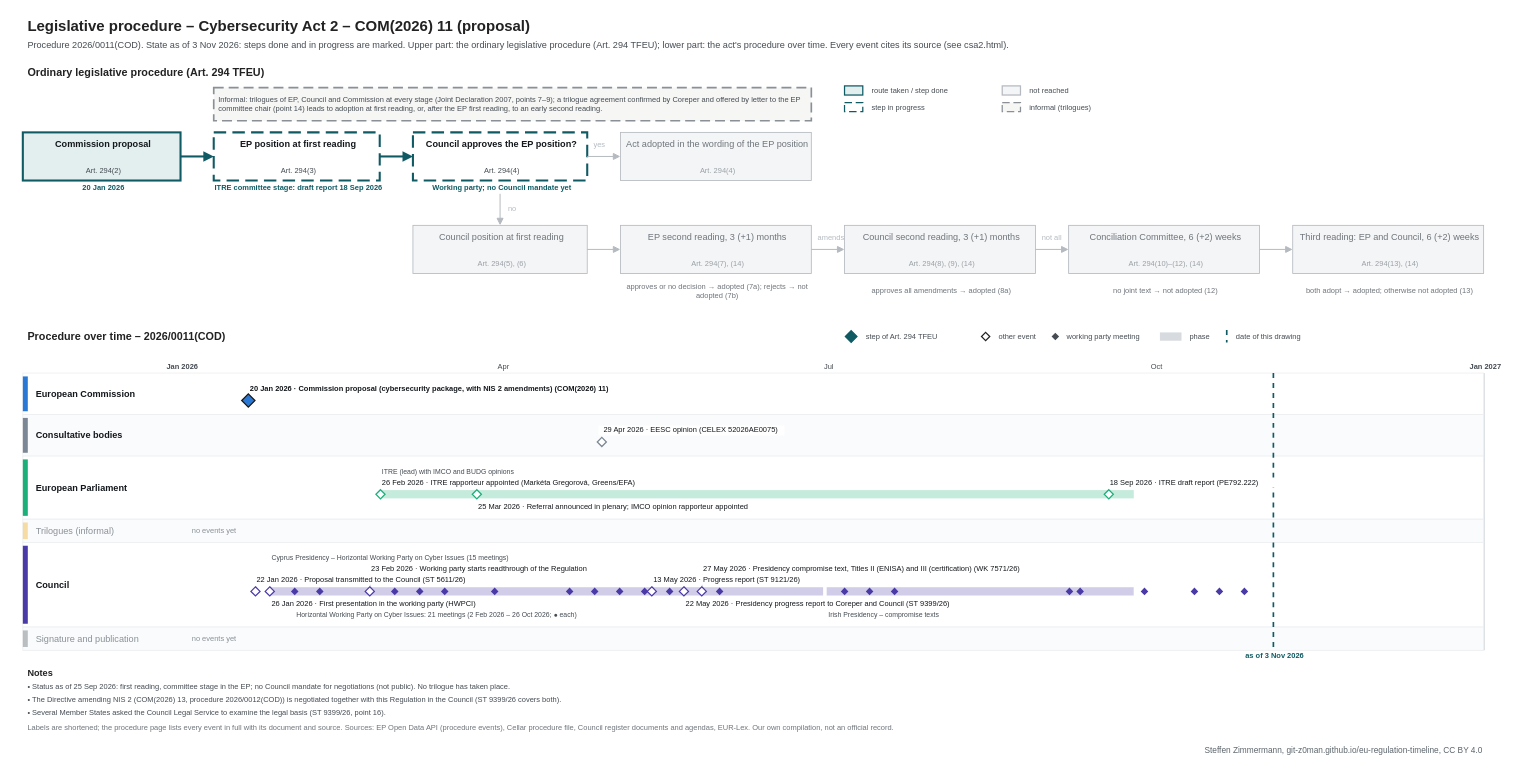
This is procedures/csa2.drawio from git-z0man/eu-regulation-timeline, a draw.io file, before an edit. Source tidied: cells renumbered, new cells numbered last; positions are measured from the earlier drawing's top-left corner, leaving out a move shared by most shapes. Both pictures are drawn from the tidied source at 83%, with x=0, y=0 at pixel (14, 14).
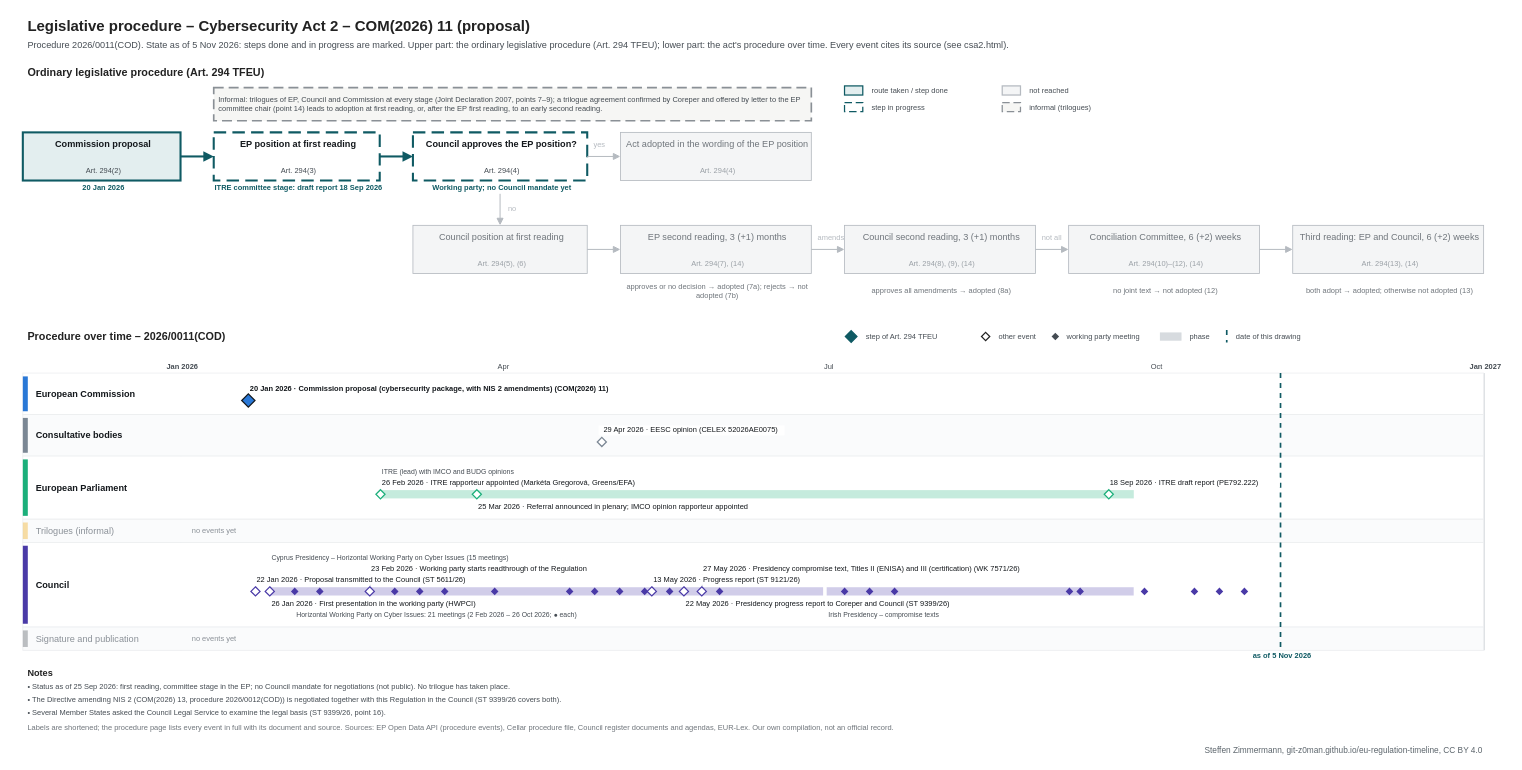
The same diagram, later.

The edit, as a diff of the source:
```diff
@@
-    <mxCell id="3" value="Procedure 2026/0011(COD). State as of 3 Nov 2026: steps done and in progress are marked. Upper part: the ordinary legislative procedure (Art. 294 TFEU); lower part: the act's procedure over time. Every event cites its source (see csa2.html)." style="text;html=1;fontSize=11;fontColor=#454c53;align=left;verticalAlign=middle;spacingLeft=4;" parent="1" vertex="1">
+    <mxCell id="3" value="Procedure 2026/0011(COD). State as of 5 Nov 2026: steps done and in progress are marked. Upper part: the ordinary legislative procedure (Art. 294 TFEU); lower part: the act's procedure over time. Every event cites its source (see csa2.html)." style="text;html=1;fontSize=11;fontColor=#454c53;align=left;verticalAlign=middle;spacingLeft=4;" parent="1" vertex="1">
       <mxGeometry x="10" y="28" width="1700" height="18" as="geometry" />
     </mxCell>
@@
     <mxCell id="110" style="line;html=1;strokeWidth=2;strokeColor=#0f5a63;direction=south;dashed=1;" parent="1" vertex="1">
-      <mxGeometry x="1516.2" y="432" width="1" height="334" as="geometry" />
+      <mxGeometry x="1524.8" y="432" width="1" height="334" as="geometry" />
     </mxCell>
-    <mxCell id="111" value="as of 3 Nov 2026" style="text;html=1;fontSize=9;fontColor=#0f5a63;align=center;verticalAlign=middle;spacingLeft=4;fontStyle=1;" parent="1" vertex="1">
-      <mxGeometry x="1456.2" y="767" width="120" height="12" as="geometry" />
+    <mxCell id="111" value="as of 5 Nov 2026" style="text;html=1;fontSize=9;fontColor=#0f5a63;align=center;verticalAlign=middle;spacingLeft=4;fontStyle=1;" parent="1" vertex="1">
+      <mxGeometry x="1464.8" y="767" width="120" height="12" as="geometry" />
     </mxCell>
```
